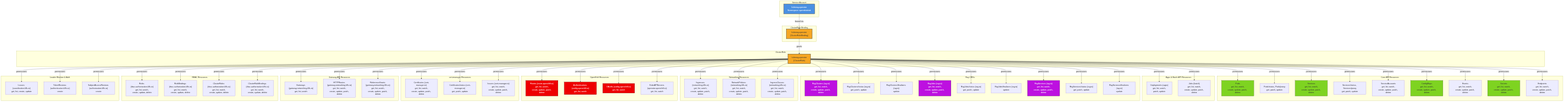
The Mermaid diagram architecture/rhoai-3.0/diagrams/kuberay-rbac.png in rhuss/architecture-context, before a commit. Its source is kept beside it as architecture/rhoai-3.0/diagrams/kuberay-rbac.mmd.
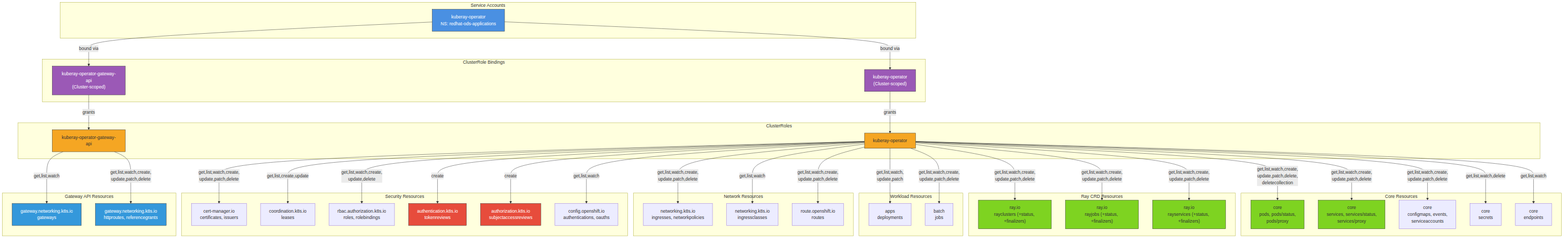
After the commit.

Diff of the diagram source:
```diff
@@ -1,150 +1,97 @@
+
 graph TD
-    subgraph "Service Account"
-        SA["kuberay-operator<br/>Namespace: opendatahub"]
+    subgraph "Service Accounts"
+        SA["kuberay-operator<br/>NS: redhat-ods-applications"]
     end
 
-    subgraph "ClusterRole Binding"
-        CRB["kuberay-operator<br/>(ClusterRoleBinding)"]
+    subgraph "ClusterRole Bindings"
+        CRB1["kuberay-operator<br/>(Cluster-scoped)"]
+        CRB2["kuberay-operator-gateway-api<br/>(Cluster-scoped)"]
     end
 
-    subgraph "ClusterRole"
-        CR["kuberay-operator<br/>(ClusterRole)"]
+    subgraph "ClusterRoles"
+        CR1["kuberay-operator"]
+        CR2["kuberay-operator-gateway-api"]
     end
 
-    subgraph "Core API Resources"
-        Pods["Pods<br/>get, list, watch,<br/>create, update, patch, delete"]
-        PodsStatus["Pods/status, Pods/proxy<br/>get, patch, update"]
-        Services["Services<br/>get, list, watch,<br/>create, update, patch, delete"]
-        ServicesStatus["Services/status, Services/proxy<br/>get, patch, update"]
-        SA_Resource["ServiceAccounts<br/>get, list, watch,<br/>create, update, patch, delete"]
-        ConfigMaps["ConfigMaps<br/>get, list, watch,<br/>create, update, patch, delete"]
-        Events["Events<br/>get, list, watch,<br/>create, update, patch, delete"]
-        Secrets["Secrets<br/>get, list, watch,<br/>create, update, patch, delete"]
-        Endpoints["Endpoints<br/>get, list, watch,<br/>create, update, patch, delete"]
+    SA -->|"bound via"| CRB1
+    SA -->|"bound via"| CRB2
+    CRB1 -->|"grants"| CR1
+    CRB2 -->|"grants"| CR2
+
+    subgraph "Core Resources"
+        Pods["core<br/>pods, pods/status,<br/>pods/proxy"]
+        Services["core<br/>services, services/status,<br/>services/proxy"]
+        ConfigMaps["core<br/>configmaps, events,<br/>serviceaccounts"]
+        Secrets["core<br/>secrets"]
+        Endpoints["core<br/>endpoints"]
     end
 
-    subgraph "Apps & Batch API Resources"
-        Deployments["Deployments (apps)<br/>get, list, watch,<br/>patch, update"]
-        Jobs["Jobs (batch)<br/>get, list, watch,<br/>create, update, patch, delete"]
+    subgraph "Ray CRD Resources"
+        RayClusters["ray.io<br/>rayclusters (+status, +finalizers)"]
+        RayJobs["ray.io<br/>rayjobs (+status, +finalizers)"]
+        RayServices["ray.io<br/>rayservices (+status, +finalizers)"]
     end
 
-    subgraph "Ray CRDs"
-        RayClusters["RayClusters (ray.io)<br/>get, list, watch,<br/>create, update, patch, delete"]
-        RayClustersStatus["RayClusters/status (ray.io)<br/>get, patch, update"]
-        RayClustersFinalizers["RayClusters/finalizers (ray.io)<br/>update"]
-
-        RayJobs["RayJobs (ray.io)<br/>get, list, watch,<br/>create, update, patch, delete"]
-        RayJobsStatus["RayJobs/status (ray.io)<br/>get, patch, update"]
-        RayJobsFinalizers["RayJobs/finalizers (ray.io)<br/>update"]
-
-        RayServices["RayServices (ray.io)<br/>get, list, watch,<br/>create, update, patch, delete"]
-        RayServicesStatus["RayServices/status (ray.io)<br/>get, patch, update"]
-        RayServicesFinalizers["RayServices/finalizers (ray.io)<br/>update"]
+    subgraph "Workload Resources"
+        Deployments["apps<br/>deployments"]
+        Jobs["batch<br/>jobs"]
     end
 
-    subgraph "Networking Resources"
-        Ingresses["Ingresses (networking.k8s.io)<br/>get, list, watch,<br/>create, update, patch, delete"]
-        NetworkPolicies["NetworkPolicies (networking.k8s.io)<br/>get, list, watch,<br/>create, update, patch, delete"]
-        IngressClasses["IngressClasses (networking.k8s.io)<br/>get, list, watch,<br/>create, update, patch, delete"]
+    subgraph "Network Resources"
+        Ingresses["networking.k8s.io<br/>ingresses, networkpolicies"]
+        IngressClasses["networking.k8s.io<br/>ingressclasses"]
+        Routes["route.openshift.io<br/>routes"]
     end
 
-    subgraph "OpenShift Resources"
-        Routes["Routes (route.openshift.io)<br/>get, list, watch,<br/>create, update, patch, delete"]
-        Authentications["Authentications (config.openshift.io)<br/>get, list, watch"]
-        OAuths["OAuths (config.openshift.io)<br/>get, list, watch"]
-        KubeAPIServers["KubeAPIServers (operator.openshift.io)<br/>get, list, watch"]
-    end
-
-    subgraph "cert-manager Resources"
-        Certificates["Certificates (cert-manager.io)<br/>get, list, watch,<br/>create, update, patch, delete"]
-        CertificatesStatus["Certificates/status (cert-manager.io)<br/>get, patch, update"]
-        Issuers["Issuers (cert-manager.io)<br/>get, list, watch,<br/>create, update, patch, delete"]
+    subgraph "Security Resources"
+        CertMgr["cert-manager.io<br/>certificates, issuers"]
+        Leases["coordination.k8s.io<br/>leases"]
+        Roles["rbac.authorization.k8s.io<br/>roles, rolebindings"]
+        TokenReviews["authentication.k8s.io<br/>tokenreviews"]
+        SAR["authorization.k8s.io<br/>subjectaccessreviews"]
+        OCP["config.openshift.io<br/>authentications, oauths"]
     end
 
     subgraph "Gateway API Resources"
-        Gateways["Gateways (gateway.networking.k8s.io)<br/>get, list, watch"]
-        HTTPRoutes["HTTPRoutes (gateway.networking.k8s.io)<br/>get, list, watch,<br/>create, update, patch, delete"]
-        ReferenceGrants["ReferenceGrants (gateway.networking.k8s.io)<br/>get, list, watch,<br/>create, update, patch, delete"]
+        Gateways["gateway.networking.k8s.io<br/>gateways"]
+        HTTPRoutes["gateway.networking.k8s.io<br/>httproutes, referencegrants"]
     end
 
-    subgraph "RBAC Resources"
-        Roles["Roles (rbac.authorization.k8s.io)<br/>get, list, watch,<br/>create, update, delete"]
-        RoleBindings["RoleBindings (rbac.authorization.k8s.io)<br/>get, list, watch,<br/>create, update, delete"]
-        ClusterRoles["ClusterRoles (rbac.authorization.k8s.io)<br/>get, list, watch,<br/>create, update, delete"]
-        ClusterRoleBindings["ClusterRoleBindings (rbac.authorization.k8s.io)<br/>get, list, watch,<br/>create, update, delete"]
-    end
+    CR1 -->|"get,list,watch,create,<br/>update,patch,delete,<br/>deletecollection"| Pods
+    CR1 -->|"get,list,watch,create,<br/>update,patch,delete"| Services
+    CR1 -->|"get,list,watch,create,<br/>update,patch,delete"| ConfigMaps
+    CR1 -->|"get,list,watch,delete"| Secrets
+    CR1 -->|"get,list,watch"| Endpoints
+    CR1 -->|"get,list,watch,create,<br/>update,patch,delete"| RayClusters
+    CR1 -->|"get,list,watch,create,<br/>update,patch,delete"| RayJobs
+    CR1 -->|"get,list,watch,create,<br/>update,patch,delete"| RayServices
+    CR1 -->|"get,list,watch,<br/>update,patch"| Deployments
+    CR1 -->|"get,list,watch,create,<br/>update,patch,delete"| Jobs
+    CR1 -->|"get,list,watch,create,<br/>update,patch,delete"| Ingresses
+    CR1 -->|"get,list,watch"| IngressClasses
+    CR1 -->|"get,list,watch,create,<br/>update,patch,delete"| Routes
+    CR1 -->|"get,list,watch,create,<br/>update,patch,delete"| CertMgr
+    CR1 -->|"get,list,create,update"| Leases
+    CR1 -->|"get,list,watch,create,<br/>update,delete"| Roles
+    CR1 -->|"create"| TokenReviews
+    CR1 -->|"create"| SAR
+    CR1 -->|"get,list,watch"| OCP
 
-    subgraph "Leader Election & Auth"
-        Leases["Leases (coordination.k8s.io)<br/>get, list, create, update"]
-        TokenReviews["TokenReviews (authentication.k8s.io)<br/>create"]
-        SubjectAccessReviews["SubjectAccessReviews (authorization.k8s.io)<br/>create"]
-    end
+    CR2 -->|"get,list,watch"| Gateways
+    CR2 -->|"get,list,watch,create,<br/>update,patch,delete"| HTTPRoutes
 
-    SA -->|bound via| CRB
-    CRB -->|grants| CR
-
-    CR -->|permissions| Pods
-    CR -->|permissions| PodsStatus
-    CR -->|permissions| Services
-    CR -->|permissions| ServicesStatus
-    CR -->|permissions| SA_Resource
-    CR -->|permissions| ConfigMaps
-    CR -->|permissions| Events
-    CR -->|permissions| Secrets
-    CR -->|permissions| Endpoints
-
-    CR -->|permissions| Deployments
-    CR -->|permissions| Jobs
-
-    CR -->|permissions| RayClusters
-    CR -->|permissions| RayClustersStatus
-    CR -->|permissions| RayClustersFinalizers
-    CR -->|permissions| RayJobs
-    CR -->|permissions| RayJobsStatus
-    CR -->|permissions| RayJobsFinalizers
-    CR -->|permissions| RayServices
-    CR -->|permissions| RayServicesStatus
-    CR -->|permissions| RayServicesFinalizers
-
-    CR -->|permissions| Ingresses
-    CR -->|permissions| NetworkPolicies
-    CR -->|permissions| IngressClasses
-
-    CR -->|permissions| Routes
-    CR -->|permissions| Authentications
-    CR -->|permissions| OAuths
-    CR -->|permissions| KubeAPIServers
-
-    CR -->|permissions| Certificates
-    CR -->|permissions| CertificatesStatus
-    CR -->|permissions| Issuers
-
-    CR -->|permissions| Gateways
-    CR -->|permissions| HTTPRoutes
-    CR -->|permissions| ReferenceGrants
-
-    CR -->|permissions| Roles
-    CR -->|permissions| RoleBindings
-    CR -->|permissions| ClusterRoles
-    CR -->|permissions| ClusterRoleBindings
-
-    CR -->|permissions| Leases
-    CR -->|permissions| TokenReviews
-    CR -->|permissions| SubjectAccessReviews
-
-    style SA fill:#4a90e2,stroke:#333,stroke-width:2px,color:#fff
-    style CRB fill:#f5a623,stroke:#333,stroke-width:2px
-    style CR fill:#f5a623,stroke:#333,stroke-width:2px
-
+    style SA fill:#4a90e2,stroke:#333,color:#fff
+    style CRB1 fill:#9b59b6,stroke:#333,color:#fff
+    style CRB2 fill:#9b59b6,stroke:#333,color:#fff
+    style CR1 fill:#f5a623,stroke:#333
+    style CR2 fill:#f5a623,stroke:#333
+    style RayClusters fill:#7ed321,stroke:#333
+    style RayJobs fill:#7ed321,stroke:#333
+    style RayServices fill:#7ed321,stroke:#333
     style Pods fill:#7ed321,stroke:#333
     style Services fill:#7ed321,stroke:#333
-    style ConfigMaps fill:#7ed321,stroke:#333
-    style Secrets fill:#7ed321,stroke:#333
-
-    style RayClusters fill:#bd10e0,stroke:#333,color:#fff
-    style RayJobs fill:#bd10e0,stroke:#333,color:#fff
-    style RayServices fill:#bd10e0,stroke:#333,color:#fff
-
-    style Routes fill:#ee0000,stroke:#333,color:#fff
-    style Authentications fill:#ee0000,stroke:#333,color:#fff
-    style OAuths fill:#ee0000,stroke:#333,color:#fff
+    style TokenReviews fill:#e74c3c,stroke:#333,color:#fff
+    style SAR fill:#e74c3c,stroke:#333,color:#fff
+    style HTTPRoutes fill:#3498db,stroke:#333,color:#fff
+    style Gateways fill:#3498db,stroke:#333,color:#fff
```
